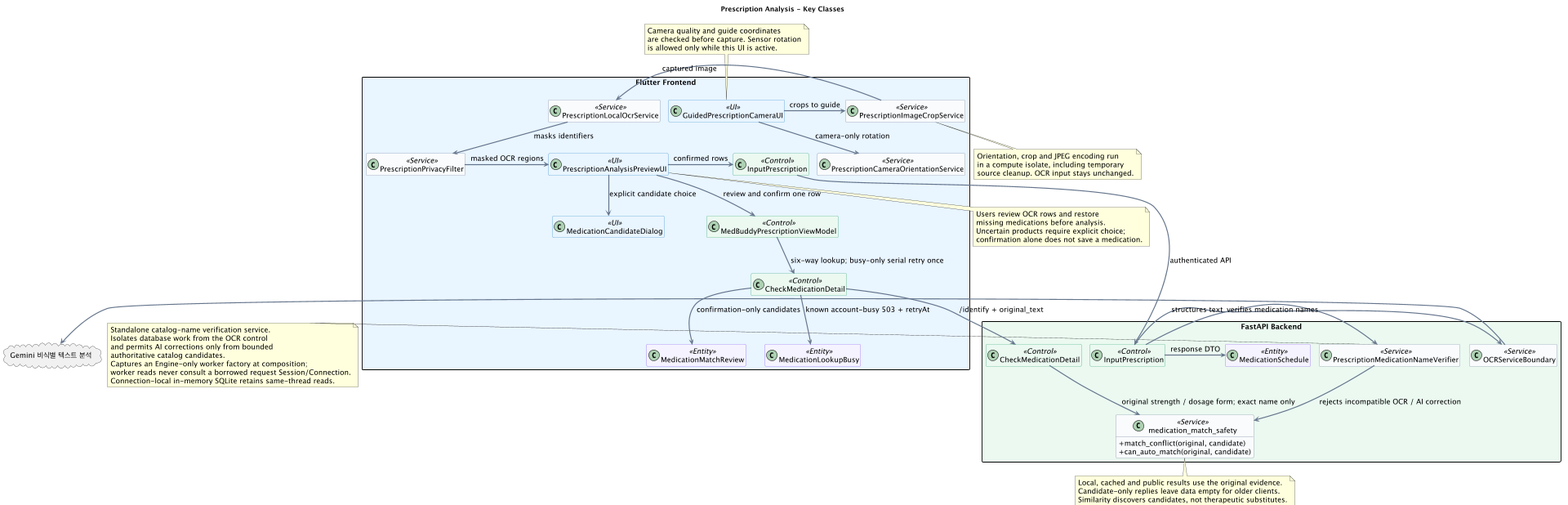
The PlantUML diagram docs/UML/class/02_PrescriptionAnalysis.png in 1window2/MedBuddy, before a commit.
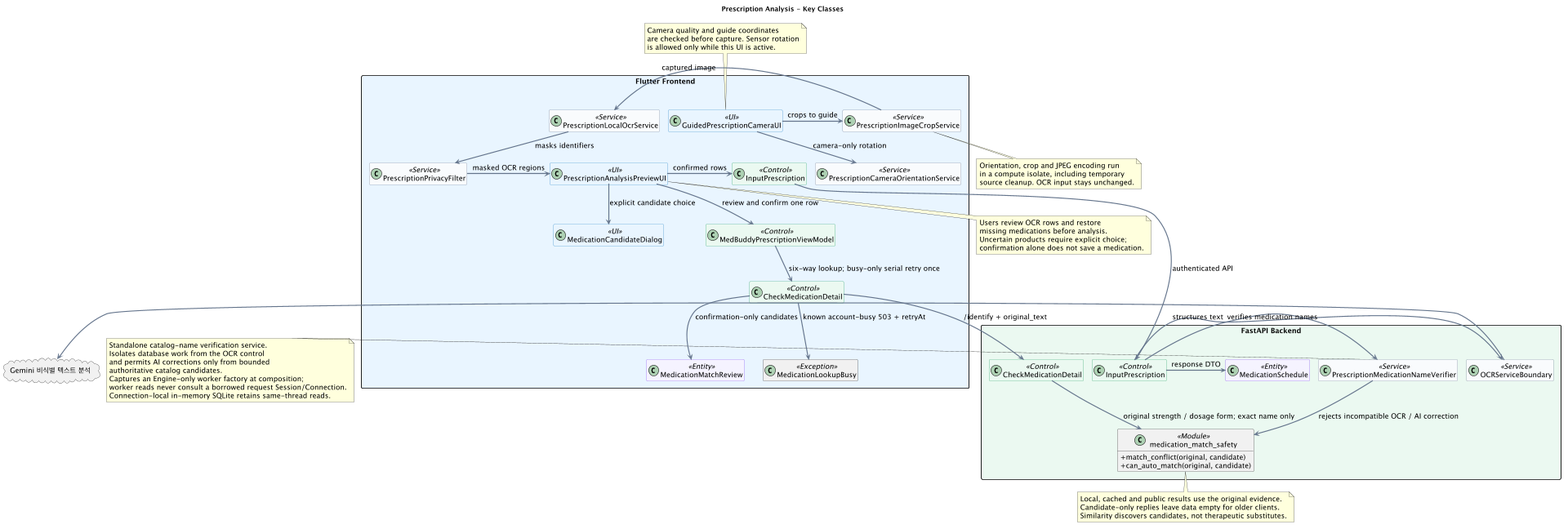
After the commit.

What changed in the source:
```diff
@@ -39,7 +39,7 @@
   class MedBuddyPrescriptionViewModel <<Control>>
   class "CheckMedicationDetail" as FCheckMedicationDetail <<Control>>
   class MedicationMatchReview <<Entity>>
-  class MedicationLookupBusy <<Entity>>
+  class MedicationLookupBusy <<Exception>>
   class "InputPrescription" as FInputPrescription <<Control>>
 }
 
@@ -49,7 +49,7 @@
   class "PrescriptionMedicationNameVerifier" as MedicationNameVerifier <<Service>>
   class "MedicationSchedule" as BMedicationSchedule <<Entity>>
   class "CheckMedicationDetail" as BCheckMedicationDetail <<Control>>
-  class "medication_match_safety" as MatchSafety <<Service>> {
+  class "medication_match_safety" as MatchSafety <<Module>> {
     + match_conflict(original, candidate)
     + can_auto_match(original, candidate)
   }
```
